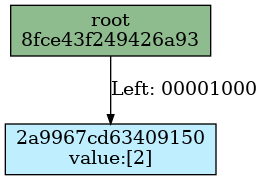
This is docs/merkle_tree/mutation/1_leaf.dot.png from juicebox-systems/juicebox-hsm-realm, a Graphviz export, as it was before one commit. Its source is kept beside it as docs/merkle_tree/mutation/1_leaf.dot.
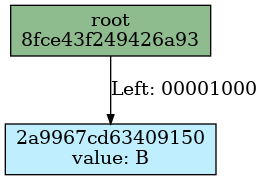
Above is the later version.

What changed in the source:
```diff
@@ -12,7 +12,7 @@
 Subgraph depth_256 {
 rank=same
 
-h2a9967cd63409150 [fillcolor=lightblue1 label="2a9967cd63409150\nvalue:[2]" ordering=out shape=box style=filled ];
+h2a9967cd63409150 [fillcolor=lightblue1 label="2a9967cd63409150\nvalue: B" ordering=out shape=box style=filled ];
 }
 
 }
```
